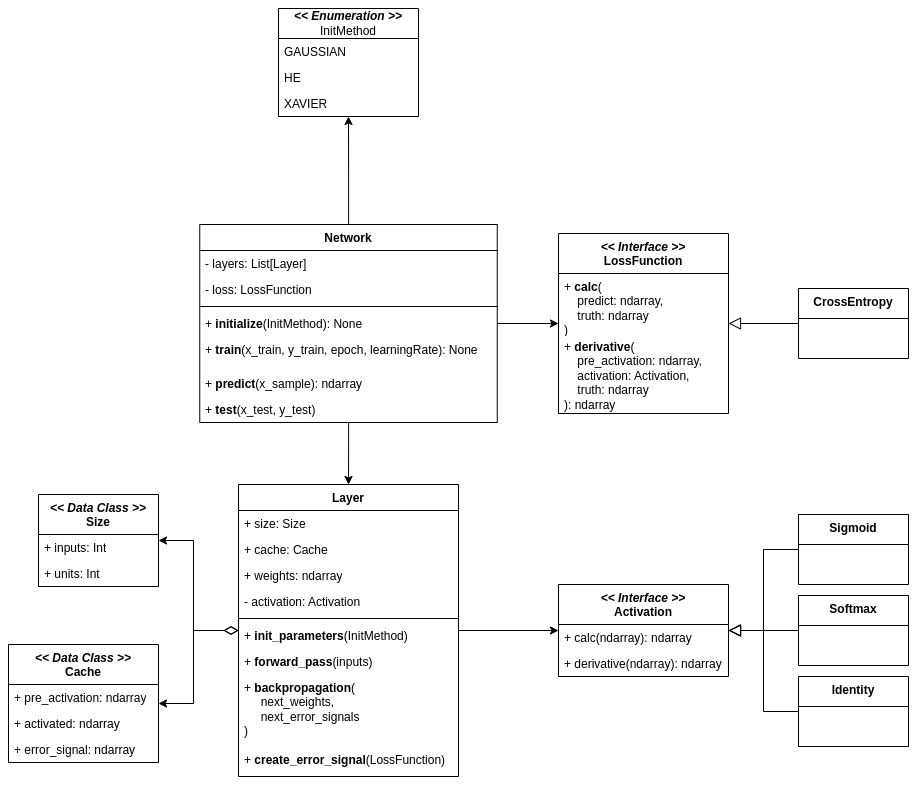
Above: images/readme-dnn-structure.png in Cotidie/ai-from-scratch (draw.io), before the change. Source tidied: cells renumbered, new cells last; positions are measured from the earlier drawing's top-left corner, leaving out a move shared by most shapes.
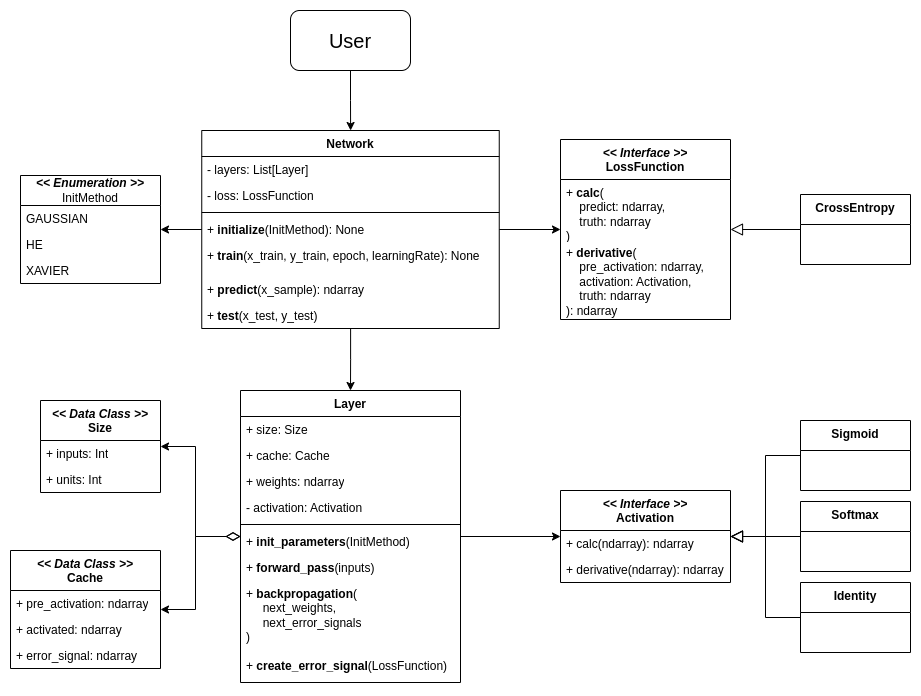
After the change.

Commit message:
docs: Update structure diagram

What changed in the source:
```diff
@@ -36,7 +36,7 @@
       <mxGeometry y="172" width="297.5" height="26" as="geometry" />
     </mxCell>
     <mxCell id="13" value="&lt;i&gt;&lt;b&gt;&amp;lt;&amp;lt; Enumeration &amp;gt;&amp;gt;&lt;/b&gt;&lt;/i&gt;&lt;br&gt;InitMethod" style="swimlane;fontStyle=0;horizontal=1;startSize=30;fillColor=none;whiteSpace=wrap;html=1;" parent="1" vertex="1">
-      <mxGeometry x="270" width="140" height="108" as="geometry" />
+      <mxGeometry x="10" y="261" width="140" height="108" as="geometry" />
     </mxCell>
     <mxCell id="14" value="GAUSSIAN" style="text;strokeColor=none;fillColor=none;align=left;verticalAlign=top;spacingLeft=4;spacingRight=4;overflow=hidden;whiteSpace=wrap;html=1;" parent="13" vertex="1">
       <mxGeometry y="30" width="140" height="26" as="geometry" />
@@ -149,5 +149,11 @@
     <mxCell id="50" value="CrossEntropy" style="swimlane;fontStyle=1;align=center;verticalAlign=top;horizontal=1;startSize=30;whiteSpace=wrap;html=1;" parent="1" vertex="1">
       <mxGeometry x="790" y="280" width="110" height="70" as="geometry" />
     </mxCell>
+    <mxCell id="51" style="edgeStyle=orthogonalEdgeStyle;rounded=0;jettySize=auto;html=1;" parent="1" edge="1" source="52" target="5">
+      <mxGeometry relative="1" as="geometry" />
+    </mxCell>
+    <mxCell id="52" value="&lt;font style=&quot;font-size: 20px;&quot;&gt;User&lt;/font&gt;" style="rounded=1;whiteSpace=wrap;html=1;" parent="1" vertex="1">
+      <mxGeometry x="280" y="96" width="120" height="60" as="geometry" />
+    </mxCell>
   </root>
 </mxGraphModel>
```
